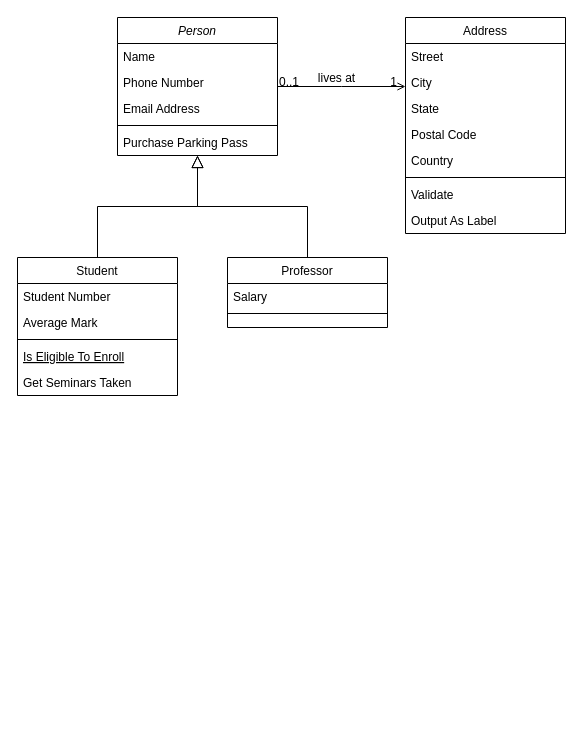
NielsenGordon/gitVideo keeps this draw.io diagram as Untitled Diagram.drawio. Above is the earlier version. Source tidied: cells renumbered, new cells numbered last; positions are measured from the earlier drawing's top-left corner, leaving out a move shared by most shapes. Both pictures are drawn from the tidied source at 100%, with x=0, y=0 at pixel (17, 17).
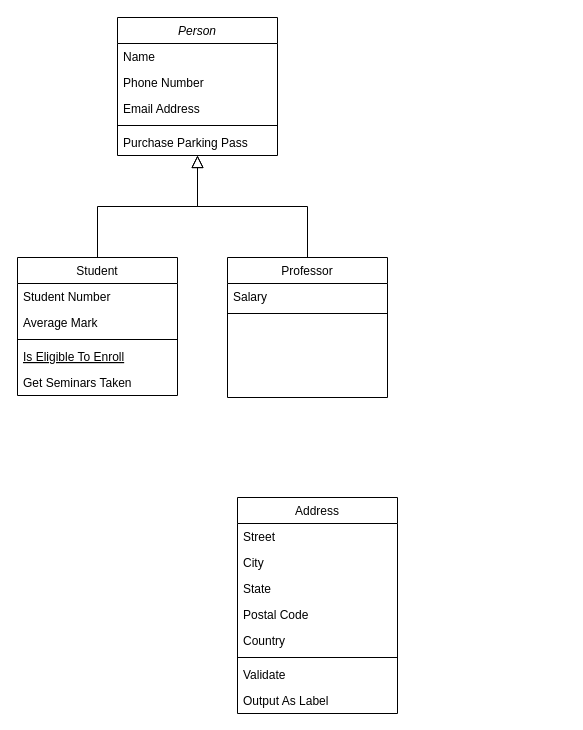
The same page after the edit.

The change refers to these unchanged cells:
```xml
<mxCell id="2" value="Person" style="swimlane;fontStyle=2;align=center;verticalAlign=top;horizontal=1;startSize=26;rounded=0;shadow=0;strokeWidth=1;" parent="1" vertex="1">
  <mxGeometry x="100" width="160" height="138" as="geometry" />
</mxCell>
```

The edit, as a diff of the source:
```diff
@@
     <mxCell id="15" value="Professor" style="swimlane;fontStyle=0;align=center;verticalAlign=top;horizontal=1;startSize=26;rounded=0;shadow=0;strokeWidth=1;" parent="1" vertex="1">
-      <mxGeometry x="210" y="240" width="160" height="70" as="geometry" />
+      <mxGeometry x="210" y="240" width="160" height="140" as="geometry" />
     </mxCell>
@@
     <mxCell id="19" value="Address" style="swimlane;fontStyle=0;align=center;verticalAlign=top;horizontal=1;startSize=26;rounded=0;shadow=0;strokeWidth=1;" parent="1" vertex="1">
-      <mxGeometry x="388" width="160" height="216" as="geometry" />
+      <mxGeometry x="220" y="480" width="160" height="216" as="geometry" />
     </mxCell>
@@
-    <mxCell id="28" style="endArrow=open;shadow=0;strokeWidth=1;rounded=0;endFill=1;edgeStyle=elbowEdgeStyle;elbow=vertical;" parent="1" edge="1" source="2" target="19">
-      <mxGeometry x="0.5" y="41" relative="1" as="geometry">
-        <mxPoint x="-40" y="32" as="offset" />
-      </mxGeometry>
-    </mxCell>
-    <mxCell id="29" value="0..1" style="align=left;verticalAlign=bottom;labelBackgroundColor=none;fontSize=12;" parent="28" vertex="1">
-      <mxGeometry x="-1" relative="1" as="geometry">
-        <mxPoint y="4" as="offset" />
-      </mxGeometry>
-    </mxCell>
-    <mxCell id="30" value="1" style="align=right;verticalAlign=bottom;labelBackgroundColor=none;fontSize=12;" parent="28" vertex="1">
-      <mxGeometry x="1" relative="1" as="geometry">
-        <mxPoint x="-7" y="4" as="offset" />
-      </mxGeometry>
-    </mxCell>
-    <mxCell id="31" value="lives at" style="text;html=1;align=center;verticalAlign=middle;labelBackgroundColor=none;rounded=0;shadow=0;strokeWidth=1;fontSize=12;" parent="28" vertex="1">
-      <mxGeometry x="0.5" y="49" relative="1" as="geometry">
-        <mxPoint x="-38" y="40" as="offset" />
-      </mxGeometry>
-    </mxCell>
```
